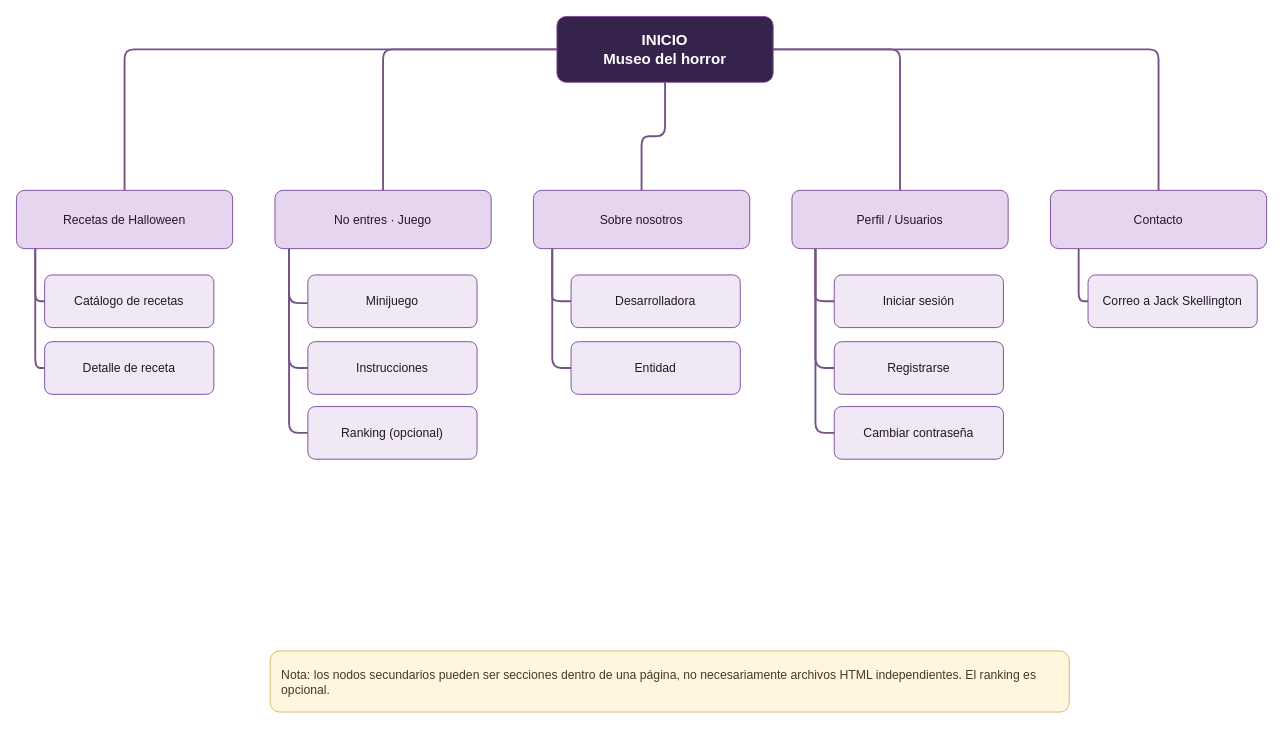
This is Diseño de Interfaces Web/DAWlloween/docs/DAWlloween_sitemap.drawio from Cristinarm1793/2DawAtlantidaFP, a draw.io file, before an edit. Source tidied: cells renumbered, new cells numbered last; positions are measured from the earlier drawing's top-left corner, leaving out a move shared by most shapes. Both pictures are drawn from the tidied source at 94%, with x=0, y=0 at pixel (16, 16).
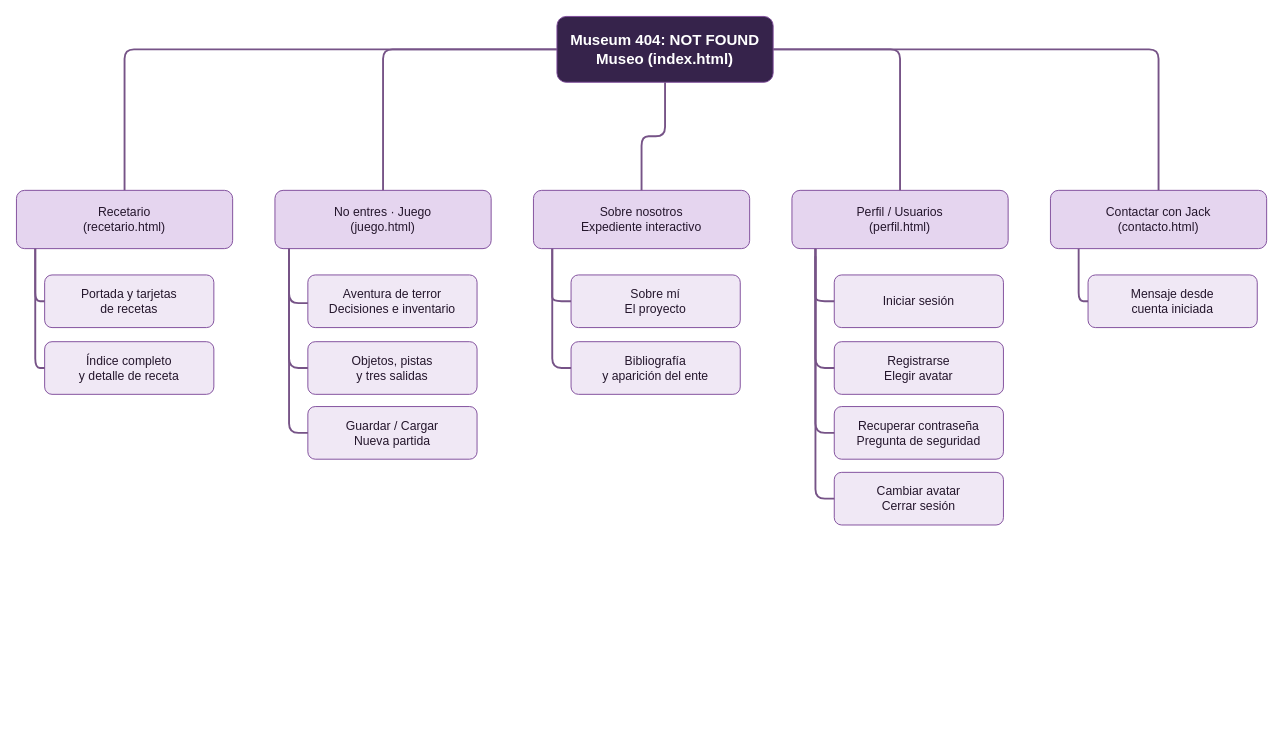
The same page after the edit.

Diff of the diagram source:
```diff
@@
-    <mxCell id="2" value="INICIO&lt;br&gt;&lt;b&gt;Museo del horror&lt;/b&gt;" style="rounded=1;whiteSpace=wrap;html=1;fillColor=#36234B;strokeColor=#7D4A9A;fontColor=#FFFFFF;fontSize=16;fontStyle=1;arcSize=14;align=center;verticalAlign=middle;spacing=8;" parent="1" vertex="1">
+    <mxCell id="2" value="&lt;b&gt;Museum 404: NOT FOUND&lt;/b&gt;&lt;br&gt;Museo (index.html)" style="rounded=1;whiteSpace=wrap;html=1;fillColor=#36234B;strokeColor=#7D4A9A;fontColor=#FFFFFF;fontSize=16;fontStyle=1;arcSize=14;align=center;verticalAlign=middle;spacing=8;" parent="1" vertex="1">
       <mxGeometry x="575" width="230" height="70" as="geometry" />
     </mxCell>
-    <mxCell id="3" value="Recetas de Halloween" style="rounded=1;whiteSpace=wrap;html=1;fillColor=#E5D5EF;strokeColor=#7D4A9A;fontColor=#24162C;fontSize=13;fontStyle=0;arcSize=14;align=center;verticalAlign=middle;spacing=8;" parent="1" vertex="1">
+    <mxCell id="3" value="Recetario&lt;br&gt;(recetario.html)" style="rounded=1;whiteSpace=wrap;html=1;fillColor=#E5D5EF;strokeColor=#7D4A9A;fontColor=#24162C;fontSize=13;fontStyle=0;arcSize=14;align=center;verticalAlign=middle;spacing=8;" parent="1" vertex="1">
       <mxGeometry y="185" width="230" height="62" as="geometry" />
     </mxCell>
@@
-    <mxCell id="5" value="Catálogo de recetas" style="rounded=1;whiteSpace=wrap;html=1;fillColor=#F0E8F5;strokeColor=#7D4A9A;fontColor=#24162C;fontSize=13;fontStyle=0;arcSize=14;align=center;verticalAlign=middle;spacing=8;" parent="1" vertex="1">
+    <mxCell id="5" value="Portada y tarjetas&lt;br&gt;de recetas" style="rounded=1;whiteSpace=wrap;html=1;fillColor=#F0E8F5;strokeColor=#7D4A9A;fontColor=#24162C;fontSize=13;fontStyle=0;arcSize=14;align=center;verticalAlign=middle;spacing=8;" parent="1" vertex="1">
       <mxGeometry x="30" y="275" width="180" height="56" as="geometry" />
     </mxCell>
@@
-    <mxCell id="7" value="Detalle de receta" style="rounded=1;whiteSpace=wrap;html=1;fillColor=#F0E8F5;strokeColor=#7D4A9A;fontColor=#24162C;fontSize=13;fontStyle=0;arcSize=14;align=center;verticalAlign=middle;spacing=8;" parent="1" vertex="1">
+    <mxCell id="7" value="Índice completo&lt;br&gt;y detalle de receta" style="rounded=1;whiteSpace=wrap;html=1;fillColor=#F0E8F5;strokeColor=#7D4A9A;fontColor=#24162C;fontSize=13;fontStyle=0;arcSize=14;align=center;verticalAlign=middle;spacing=8;" parent="1" vertex="1">
       <mxGeometry x="30" y="346" width="180" height="56" as="geometry" />
     </mxCell>
@@
-    <mxCell id="9" value="No entres · Juego" style="rounded=1;whiteSpace=wrap;html=1;fillColor=#E5D5EF;strokeColor=#7D4A9A;fontColor=#24162C;fontSize=13;fontStyle=0;arcSize=14;align=center;verticalAlign=middle;spacing=8;" parent="1" vertex="1">
+    <mxCell id="9" value="No entres · Juego&lt;br&gt;(juego.html)" style="rounded=1;whiteSpace=wrap;html=1;fillColor=#E5D5EF;strokeColor=#7D4A9A;fontColor=#24162C;fontSize=13;fontStyle=0;arcSize=14;align=center;verticalAlign=middle;spacing=8;" parent="1" vertex="1">
       <mxGeometry x="275" y="185" width="230" height="62" as="geometry" />
     </mxCell>
@@
-    <mxCell id="11" value="Minijuego" style="rounded=1;whiteSpace=wrap;html=1;fillColor=#F0E8F5;strokeColor=#7D4A9A;fontColor=#24162C;fontSize=13;fontStyle=0;arcSize=14;align=center;verticalAlign=middle;spacing=8;" parent="1" vertex="1">
+    <mxCell id="11" value="Aventura de terror&lt;br&gt;Decisiones e inventario" style="rounded=1;whiteSpace=wrap;html=1;fillColor=#F0E8F5;strokeColor=#7D4A9A;fontColor=#24162C;fontSize=13;fontStyle=0;arcSize=14;align=center;verticalAlign=middle;spacing=8;" parent="1" vertex="1">
       <mxGeometry x="310" y="275" width="180" height="56" as="geometry" />
     </mxCell>
@@
-    <mxCell id="13" value="Instrucciones" style="rounded=1;whiteSpace=wrap;html=1;fillColor=#F0E8F5;strokeColor=#7D4A9A;fontColor=#24162C;fontSize=13;fontStyle=0;arcSize=14;align=center;verticalAlign=middle;spacing=8;" parent="1" vertex="1">
+    <mxCell id="13" value="Objetos, pistas&lt;br&gt;y tres salidas" style="rounded=1;whiteSpace=wrap;html=1;fillColor=#F0E8F5;strokeColor=#7D4A9A;fontColor=#24162C;fontSize=13;fontStyle=0;arcSize=14;align=center;verticalAlign=middle;spacing=8;" parent="1" vertex="1">
       <mxGeometry x="310" y="346" width="180" height="56" as="geometry" />
     </mxCell>
@@
-    <mxCell id="15" value="Ranking (opcional)" style="rounded=1;whiteSpace=wrap;html=1;fillColor=#F0E8F5;strokeColor=#7D4A9A;fontColor=#24162C;fontSize=13;fontStyle=0;arcSize=14;align=center;verticalAlign=middle;spacing=8;" parent="1" vertex="1">
+    <mxCell id="15" value="Guardar / Cargar&lt;br&gt;Nueva partida" style="rounded=1;whiteSpace=wrap;html=1;fillColor=#F0E8F5;strokeColor=#7D4A9A;fontColor=#24162C;fontSize=13;fontStyle=0;arcSize=14;align=center;verticalAlign=middle;spacing=8;" parent="1" vertex="1">
       <mxGeometry x="310" y="415" width="180" height="56" as="geometry" />
     </mxCell>
@@
-    <mxCell id="17" value="Sobre nosotros" style="rounded=1;whiteSpace=wrap;html=1;fillColor=#E5D5EF;strokeColor=#7D4A9A;fontColor=#24162C;fontSize=13;fontStyle=0;arcSize=14;align=center;verticalAlign=middle;spacing=8;" parent="1" vertex="1">
+    <mxCell id="17" value="Sobre nosotros&lt;br&gt;Expediente interactivo" style="rounded=1;whiteSpace=wrap;html=1;fillColor=#E5D5EF;strokeColor=#7D4A9A;fontColor=#24162C;fontSize=13;fontStyle=0;arcSize=14;align=center;verticalAlign=middle;spacing=8;" parent="1" vertex="1">
       <mxGeometry x="550" y="185" width="230" height="62" as="geometry" />
     </mxCell>
@@
-    <mxCell id="19" value="Desarrolladora" style="rounded=1;whiteSpace=wrap;html=1;fillColor=#F0E8F5;strokeColor=#7D4A9A;fontColor=#24162C;fontSize=13;fontStyle=0;arcSize=14;align=center;verticalAlign=middle;spacing=8;" parent="1" vertex="1">
+    <mxCell id="19" value="Sobre mí&lt;br&gt;El proyecto" style="rounded=1;whiteSpace=wrap;html=1;fillColor=#F0E8F5;strokeColor=#7D4A9A;fontColor=#24162C;fontSize=13;fontStyle=0;arcSize=14;align=center;verticalAlign=middle;spacing=8;" parent="1" vertex="1">
       <mxGeometry x="590" y="275" width="180" height="56" as="geometry" />
     </mxCell>
@@
-    <mxCell id="21" value="Entidad" style="rounded=1;whiteSpace=wrap;html=1;fillColor=#F0E8F5;strokeColor=#7D4A9A;fontColor=#24162C;fontSize=13;fontStyle=0;arcSize=14;align=center;verticalAlign=middle;spacing=8;" parent="1" vertex="1">
+    <mxCell id="21" value="Bibliografía&lt;br&gt;y aparición del ente" style="rounded=1;whiteSpace=wrap;html=1;fillColor=#F0E8F5;strokeColor=#7D4A9A;fontColor=#24162C;fontSize=13;fontStyle=0;arcSize=14;align=center;verticalAlign=middle;spacing=8;" parent="1" vertex="1">
       <mxGeometry x="590" y="346" width="180" height="56" as="geometry" />
     </mxCell>
@@
-    <mxCell id="23" value="Perfil / Usuarios" style="rounded=1;whiteSpace=wrap;html=1;fillColor=#E5D5EF;strokeColor=#7D4A9A;fontColor=#24162C;fontSize=13;fontStyle=0;arcSize=14;align=center;verticalAlign=middle;spacing=8;" parent="1" vertex="1">
+    <mxCell id="23" value="Perfil / Usuarios&lt;br&gt;(perfil.html)" style="rounded=1;whiteSpace=wrap;html=1;fillColor=#E5D5EF;strokeColor=#7D4A9A;fontColor=#24162C;fontSize=13;fontStyle=0;arcSize=14;align=center;verticalAlign=middle;spacing=8;" parent="1" vertex="1">
       <mxGeometry x="825" y="185" width="230" height="62" as="geometry" />
     </mxCell>
@@
-    <mxCell id="27" value="Registrarse" style="rounded=1;whiteSpace=wrap;html=1;fillColor=#F0E8F5;strokeColor=#7D4A9A;fontColor=#24162C;fontSize=13;fontStyle=0;arcSize=14;align=center;verticalAlign=middle;spacing=8;" parent="1" vertex="1">
+    <mxCell id="27" value="Registrarse&lt;br&gt;Elegir avatar" style="rounded=1;whiteSpace=wrap;html=1;fillColor=#F0E8F5;strokeColor=#7D4A9A;fontColor=#24162C;fontSize=13;fontStyle=0;arcSize=14;align=center;verticalAlign=middle;spacing=8;" parent="1" vertex="1">
       <mxGeometry x="870" y="346" width="180" height="56" as="geometry" />
     </mxCell>
@@
-    <mxCell id="29" value="Cambiar contraseña" style="rounded=1;whiteSpace=wrap;html=1;fillColor=#F0E8F5;strokeColor=#7D4A9A;fontColor=#24162C;fontSize=13;fontStyle=0;arcSize=14;align=center;verticalAlign=middle;spacing=8;" parent="1" vertex="1">
+    <mxCell id="29" value="Recuperar contraseña&lt;br&gt;Pregunta de seguridad" style="rounded=1;whiteSpace=wrap;html=1;fillColor=#F0E8F5;strokeColor=#7D4A9A;fontColor=#24162C;fontSize=13;fontStyle=0;arcSize=14;align=center;verticalAlign=middle;spacing=8;" parent="1" vertex="1">
       <mxGeometry x="870" y="415" width="180" height="56" as="geometry" />
     </mxCell>
@@
-    <mxCell id="31" value="Contacto" style="rounded=1;whiteSpace=wrap;html=1;fillColor=#E5D5EF;strokeColor=#7D4A9A;fontColor=#24162C;fontSize=13;fontStyle=0;arcSize=14;align=center;verticalAlign=middle;spacing=8;" parent="1" vertex="1">
+    <mxCell id="31" value="Contactar con Jack&lt;br&gt;(contacto.html)" style="rounded=1;whiteSpace=wrap;html=1;fillColor=#E5D5EF;strokeColor=#7D4A9A;fontColor=#24162C;fontSize=13;fontStyle=0;arcSize=14;align=center;verticalAlign=middle;spacing=8;" parent="1" vertex="1">
       <mxGeometry x="1100" y="185" width="230" height="62" as="geometry" />
     </mxCell>
@@
-    <mxCell id="33" value="Correo a Jack Skellington" style="rounded=1;whiteSpace=wrap;html=1;fillColor=#F0E8F5;strokeColor=#7D4A9A;fontColor=#24162C;fontSize=13;fontStyle=0;arcSize=14;align=center;verticalAlign=middle;spacing=8;" parent="1" vertex="1">
+    <mxCell id="33" value="Mensaje desde&lt;br&gt;cuenta iniciada" style="rounded=1;whiteSpace=wrap;html=1;fillColor=#F0E8F5;strokeColor=#7D4A9A;fontColor=#24162C;fontSize=13;fontStyle=0;arcSize=14;align=center;verticalAlign=middle;spacing=8;" parent="1" vertex="1">
       <mxGeometry x="1140" y="275" width="180" height="56" as="geometry" />
     </mxCell>
@@
-    <mxCell id="35" value="Nota: los nodos secundarios pueden ser secciones dentro de una página, no necesariamente archivos HTML independientes. El ranking es opcional." style="rounded=1;whiteSpace=wrap;html=1;fillColor=#FFF6DD;strokeColor=#D7B76B;fontColor=#493A20;fontSize=13;align=left;spacing=12;" parent="1" vertex="1">
-      <mxGeometry x="270" y="675" width="850" height="65" as="geometry" />
-    </mxCell>
+    <mxCell id="36" value="Cambiar avatar&lt;br&gt;Cerrar sesión" style="rounded=1;whiteSpace=wrap;html=1;fillColor=#F0E8F5;strokeColor=#7D4A9A;fontColor=#24162C;fontSize=13;fontStyle=0;arcSize=14;align=center;verticalAlign=middle;spacing=8;" parent="1" vertex="1">
+      <mxGeometry x="870" y="485" width="180" height="56" as="geometry" />
+    </mxCell>
+    <mxCell id="37" style="edgeStyle=orthogonalEdgeStyle;rounded=1;jettySize=auto;html=1;endArrow=none;strokeColor=#765387;strokeWidth=2;" parent="1" edge="1" target="36">
+      <mxGeometry x="0.58" relative="1" as="geometry">
+        <mxPoint x="850" y="255" as="sourcePoint" />
+        <Array as="points">
+          <mxPoint x="850" y="513" />
+        </Array>
+      </mxGeometry>
+    </mxCell>
```
